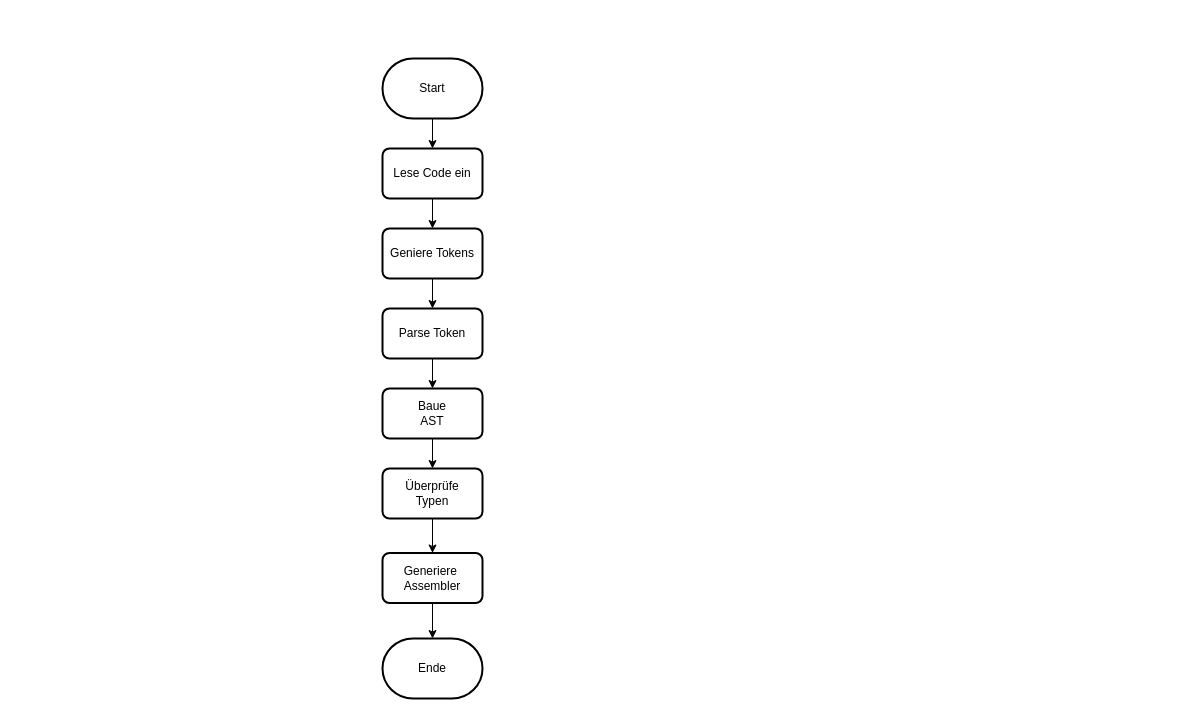
This is Compilerbau.drawio from fbuedding/faul-compiler, a draw.io file, before an edit. Source tidied: cells renumbered, new cells numbered last; positions are measured from the earlier drawing's top-left corner, leaving out a move shared by most shapes. Both pictures are drawn from the tidied source at 100%, with x=0, y=0 at pixel (382, 58).
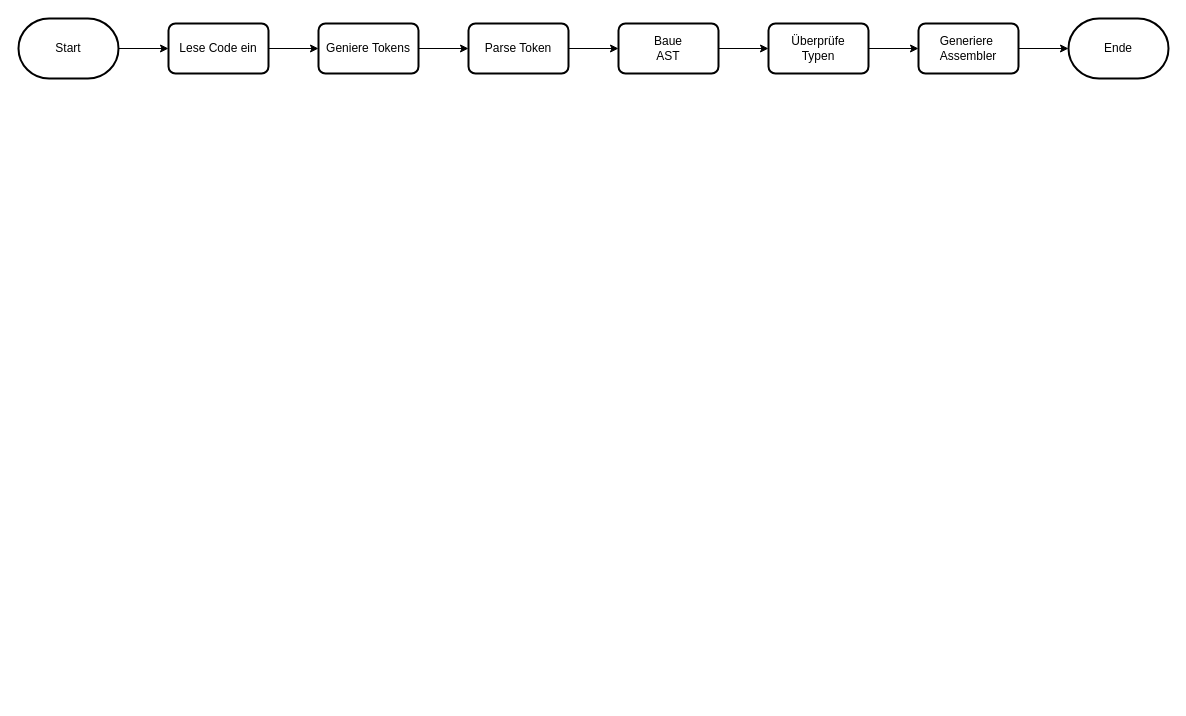
Above is the later version.

Change to the diagram source:
```diff
@@
 <mxGraphModel>
   <root>
     <mxCell id="0" />
     <mxCell id="1" parent="0" />
-    <mxCell id="2" style="edgeStyle=orthogonalEdgeStyle;rounded=0;jettySize=auto;html=1;" parent="1" edge="1" source="3" target="5">
+    <mxCell id="2" style="edgeStyle=orthogonalEdgeStyle;rounded=0;jettySize=auto;html=1;noEdgeStyle=1;orthogonal=1;" parent="1" edge="1" source="3" target="5">
       <mxGeometry relative="1" as="geometry" />
     </mxCell>
     <mxCell id="3" value="Start" style="strokeWidth=2;html=1;shape=mxgraph.flowchart.terminator;whiteSpace=wrap;" parent="1" vertex="1">
-      <mxGeometry width="100" height="60" as="geometry" />
+      <mxGeometry x="-364" y="-40" width="100" height="60" as="geometry" />
     </mxCell>
-    <mxCell id="4" style="edgeStyle=orthogonalEdgeStyle;rounded=0;jettySize=auto;html=1;exitX=0.5;exitY=1;exitDx=0;exitDy=0;entryX=0.5;entryY=0;entryDx=0;entryDy=0;" parent="1" edge="1" source="5" target="7">
+    <mxCell id="4" style="edgeStyle=orthogonalEdgeStyle;rounded=0;jettySize=auto;html=1;noEdgeStyle=1;orthogonal=1;" parent="1" edge="1" source="5" target="7">
       <mxGeometry relative="1" as="geometry" />
     </mxCell>
     <mxCell id="5" value="Lese Code ein" style="rounded=1;whiteSpace=wrap;html=1;absoluteArcSize=1;arcSize=14;strokeWidth=2;" parent="1" vertex="1">
-      <mxGeometry y="90" width="100" height="50" as="geometry" />
+      <mxGeometry x="-214" y="-35" width="100" height="50" as="geometry" />
     </mxCell>
-    <mxCell id="6" style="edgeStyle=orthogonalEdgeStyle;rounded=0;jettySize=auto;html=1;" parent="1" edge="1" source="7" target="9">
+    <mxCell id="6" style="edgeStyle=orthogonalEdgeStyle;rounded=0;jettySize=auto;html=1;noEdgeStyle=1;orthogonal=1;" parent="1" edge="1" source="7" target="9">
       <mxGeometry relative="1" as="geometry" />
     </mxCell>
     <mxCell id="7" value="Geniere Tokens" style="rounded=1;whiteSpace=wrap;html=1;absoluteArcSize=1;arcSize=14;strokeWidth=2;" parent="1" vertex="1">
-      <mxGeometry y="170" width="100" height="50" as="geometry" />
+      <mxGeometry x="-64" y="-35" width="100" height="50" as="geometry" />
     </mxCell>
-    <mxCell id="8" style="edgeStyle=orthogonalEdgeStyle;rounded=0;jettySize=auto;html=1;" parent="1" edge="1" source="9" target="11">
+    <mxCell id="8" style="edgeStyle=orthogonalEdgeStyle;rounded=0;jettySize=auto;html=1;noEdgeStyle=1;orthogonal=1;" parent="1" edge="1" source="9" target="11">
       <mxGeometry relative="1" as="geometry" />
     </mxCell>
     <mxCell id="9" value="Parse Token" style="rounded=1;whiteSpace=wrap;html=1;absoluteArcSize=1;arcSize=14;strokeWidth=2;" parent="1" vertex="1">
-      <mxGeometry y="250" width="100" height="50" as="geometry" />
+      <mxGeometry x="86" y="-35" width="100" height="50" as="geometry" />
     </mxCell>
-    <mxCell id="10" style="edgeStyle=orthogonalEdgeStyle;rounded=0;jettySize=auto;html=1;" parent="1" edge="1" source="11" target="13">
+    <mxCell id="10" style="edgeStyle=orthogonalEdgeStyle;rounded=0;jettySize=auto;html=1;noEdgeStyle=1;orthogonal=1;" parent="1" edge="1" source="11" target="13">
       <mxGeometry relative="1" as="geometry" />
     </mxCell>
     <mxCell id="11" value="Baue&lt;br&gt;AST" style="rounded=1;whiteSpace=wrap;html=1;absoluteArcSize=1;arcSize=14;strokeWidth=2;" parent="1" vertex="1">
-      <mxGeometry y="330" width="100" height="50" as="geometry" />
+      <mxGeometry x="236" y="-35" width="100" height="50" as="geometry" />
     </mxCell>
-    <mxCell id="12" style="edgeStyle=orthogonalEdgeStyle;rounded=0;jettySize=auto;html=1;" parent="1" edge="1" source="13" target="15">
+    <mxCell id="12" style="edgeStyle=orthogonalEdgeStyle;rounded=0;jettySize=auto;html=1;noEdgeStyle=1;orthogonal=1;" parent="1" edge="1" source="13" target="15">
       <mxGeometry relative="1" as="geometry" />
     </mxCell>
     <mxCell id="13" value="Überprüfe&lt;br&gt;Typen" style="rounded=1;whiteSpace=wrap;html=1;absoluteArcSize=1;arcSize=14;strokeWidth=2;" parent="1" vertex="1">
-      <mxGeometry y="410" width="100" height="50" as="geometry" />
+      <mxGeometry x="386" y="-35" width="100" height="50" as="geometry" />
     </mxCell>
-    <mxCell id="14" style="edgeStyle=orthogonalEdgeStyle;rounded=0;jettySize=auto;html=1;" parent="1" edge="1" source="15" target="16">
+    <mxCell id="14" style="edgeStyle=orthogonalEdgeStyle;rounded=0;jettySize=auto;html=1;noEdgeStyle=1;orthogonal=1;" parent="1" edge="1" source="15" target="16">
       <mxGeometry relative="1" as="geometry" />
     </mxCell>
     <mxCell id="15" value="Generiere&amp;nbsp;&lt;br&gt;Assembler" style="rounded=1;whiteSpace=wrap;html=1;absoluteArcSize=1;arcSize=14;strokeWidth=2;" parent="1" vertex="1">
-      <mxGeometry y="494.5" width="100" height="50" as="geometry" />
+      <mxGeometry x="536" y="-35" width="100" height="50" as="geometry" />
     </mxCell>
     <mxCell id="16" value="Ende" style="strokeWidth=2;html=1;shape=mxgraph.flowchart.terminator;whiteSpace=wrap;" parent="1" vertex="1">
-      <mxGeometry y="580" width="100" height="60" as="geometry" />
+      <mxGeometry x="686" y="-40" width="100" height="60" as="geometry" />
     </mxCell>
   </root>
 </mxGraphModel>
```
